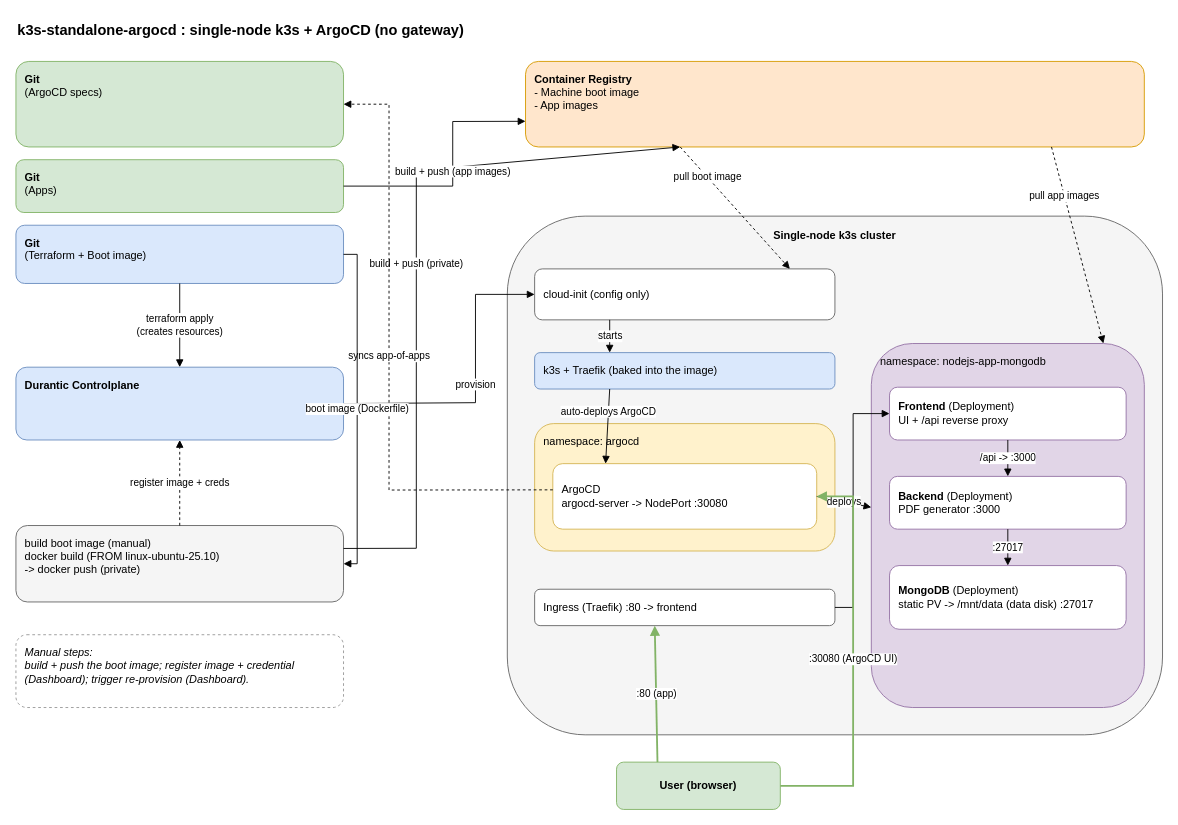
Before: page "k3s-standalone-argocd" (1 of 3) of k3s-standalone-argocd/assets/k3s-standalone-argocd.drawio in DeV1L/durantic-tf-examples, a draw.io diagram. Source tidied: cells renumbered, new cells numbered last; positions are measured from the earlier drawing's top-left corner, leaving out a move shared by most shapes. Both pictures are drawn from the tidied source at 91%, with x=0, y=0 at pixel (15, 15).
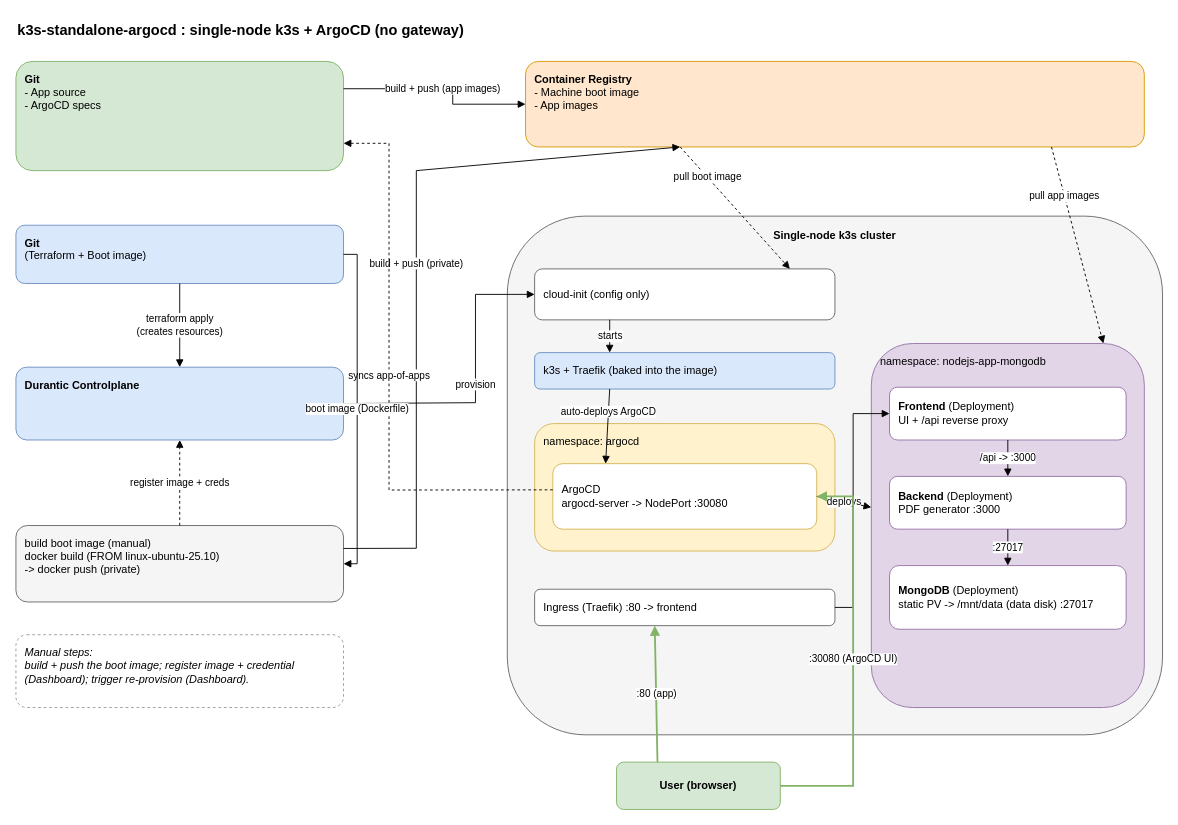
The same page after the edit.

Commit message (it also covers changes not shown here):
k3s-standalone-argocd: merge Git (Apps) + Git (ArgoCD specs) into one Git box

They are the same repo (argocd-example-apps). One 'Git' box lists both roles (app
source + ArgoCD specs); build+push and syncs-app-of-apps edges repoint to it. Re-exported.

Unchanged cells that the change refers to:
```xml
<mxCell id="4" value="&lt;b&gt;Container Registry&lt;/b&gt;&lt;br&gt;- Machine boot image&lt;br&gt;- App images" style="rounded=1;whiteSpace=wrap;html=1;fillColor=#ffe6cc;strokeColor=#d79b00;align=left;verticalAlign=top;spacingLeft=8;spacingTop=6;" parent="1" vertex="1">
  <mxGeometry x="560" y="50" width="680" height="94" as="geometry" />
</mxCell>
<mxCell id="12" value="ArgoCD&#10;argocd-server -&gt; NodePort :30080" style="rounded=1;whiteSpace=wrap;html=1;fillColor=#ffffff;strokeColor=#d6b656;align=left;verticalAlign=middle;spacingLeft=8;" parent="1" vertex="1">
  <mxGeometry x="590" y="492" width="290" height="72" as="geometry" />
</mxCell>
```

Diff of the diagram source:
```diff
@@
-    <mxCell id="3" value="&lt;b&gt;Git&lt;/b&gt;&#10;(ArgoCD specs)" style="rounded=1;whiteSpace=wrap;html=1;fillColor=#d5e8d4;strokeColor=#82b366;align=left;verticalAlign=top;spacingLeft=8;spacingTop=6;" parent="1" vertex="1">
-      <mxGeometry y="50" width="360" height="94" as="geometry" />
+    <mxCell id="3" value="&lt;b&gt;Git&lt;/b&gt;&lt;br&gt;- App source&lt;br&gt;- ArgoCD specs" style="rounded=1;whiteSpace=wrap;html=1;fillColor=#d5e8d4;strokeColor=#82b366;align=left;verticalAlign=top;spacingLeft=8;spacingTop=6;" parent="1" vertex="1">
+      <mxGeometry y="50" width="360" height="120" as="geometry" />
     </mxCell>
@@
-    <mxCell id="26" value="syncs app-of-apps" style="endArrow=block;html=1;dashed=1;rounded=0;fontSize=11;exitX=0;exitY=0.4;exitDx=0;exitDy=0;entryX=1;entryY=0.5;entryDx=0;entryDy=0;" parent="1" edge="1" source="12" target="3">
+    <mxCell id="26" value="syncs app-of-apps" style="endArrow=block;html=1;dashed=1;rounded=0;fontSize=11;exitX=0;exitY=0.4;exitDx=0;exitDy=0;entryX=1;entryY=0.75;entryDx=0;entryDy=0;" parent="1" edge="1" source="12" target="3">
       <mxGeometry relative="1" as="geometry">
         <Array as="points">
           <mxPoint x="410" y="521" />
-          <mxPoint x="410" y="97" />
+          <mxPoint x="410" y="140" />
         </Array>
       </mxGeometry>
     </mxCell>
@@
-    <mxCell id="35" value="&lt;b&gt;Git&lt;/b&gt;&#10;(Apps)" style="rounded=1;whiteSpace=wrap;html=1;fillColor=#d5e8d4;strokeColor=#82b366;align=left;verticalAlign=top;spacingLeft=8;spacingTop=6;" parent="1" vertex="1">
-      <mxGeometry y="158" width="360" height="58" as="geometry" />
-    </mxCell>
-    <mxCell id="36" value="build + push (app images)" style="endArrow=block;html=1;rounded=0;fontSize=11;exitX=1;exitY=0.5;exitDx=0;exitDy=0;entryX=0;entryY=0.7;entryDx=0;entryDy=0;" parent="1" edge="1" source="35" target="4">
+    <mxCell id="36" value="build + push (app images)" style="endArrow=block;html=1;rounded=0;fontSize=11;exitX=1;exitY=0.25;exitDx=0;exitDy=0;entryX=0;entryY=0.5;entryDx=0;entryDy=0;" parent="1" edge="1" source="3" target="4">
       <mxGeometry relative="1" as="geometry">
         <Array as="points">
-          <mxPoint x="480" y="187" />
-          <mxPoint x="480" y="116" />
+          <mxPoint x="480" y="80" />
+          <mxPoint x="480" y="97" />
         </Array>
       </mxGeometry>
     </mxCell>
```
